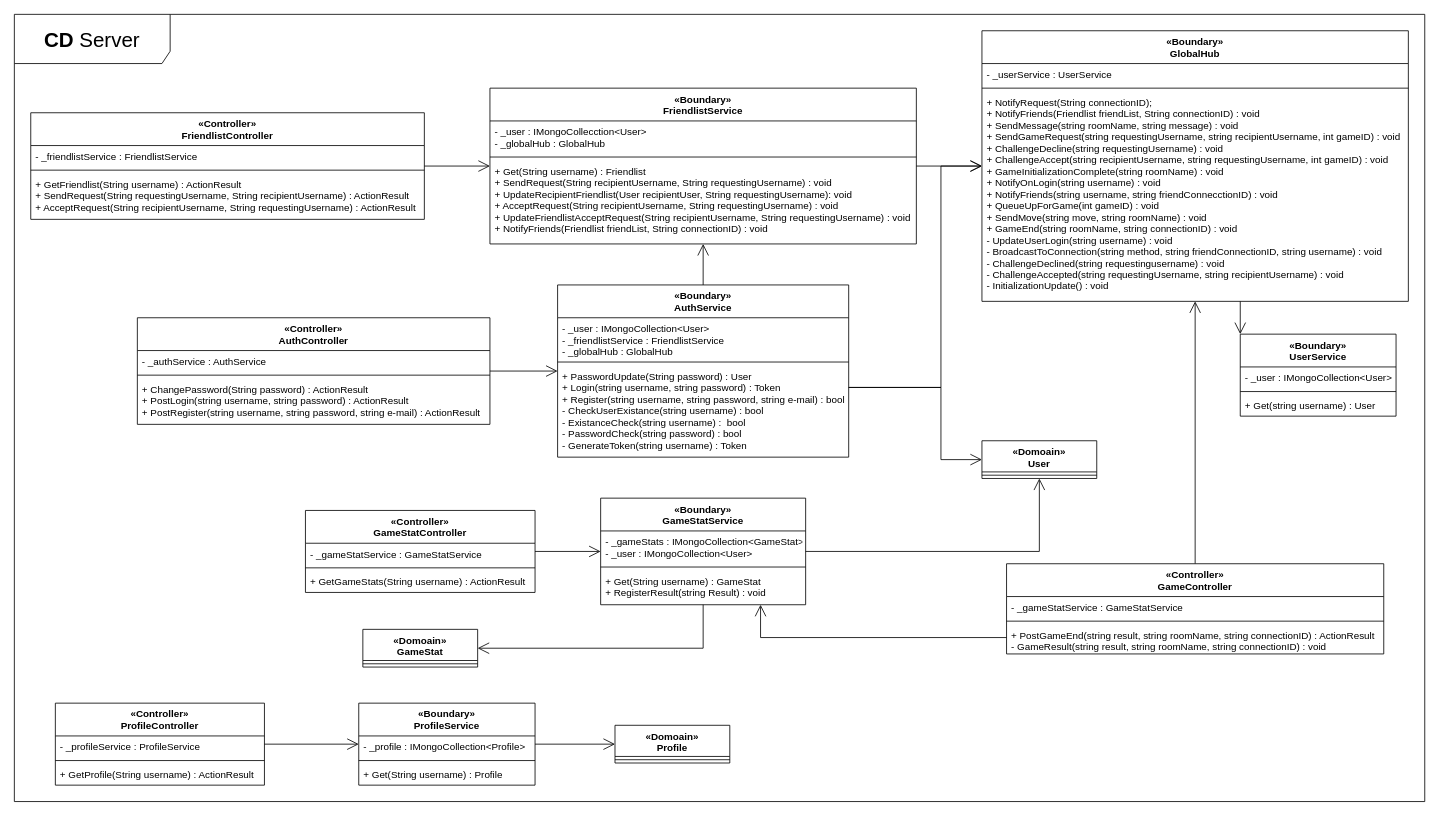
Above: diagrams/arkitektur/CD-Server-Total.drawio in Macradon/I7BAC-PlugNPlay (draw.io), before the change. Source tidied: cells renumbered, new cells numbered last; positions are measured from the earlier drawing's top-left corner, leaving out a move shared by most shapes. Both pictures are drawn from the tidied source at 82%, with x=0, y=0 at pixel (14, 14).
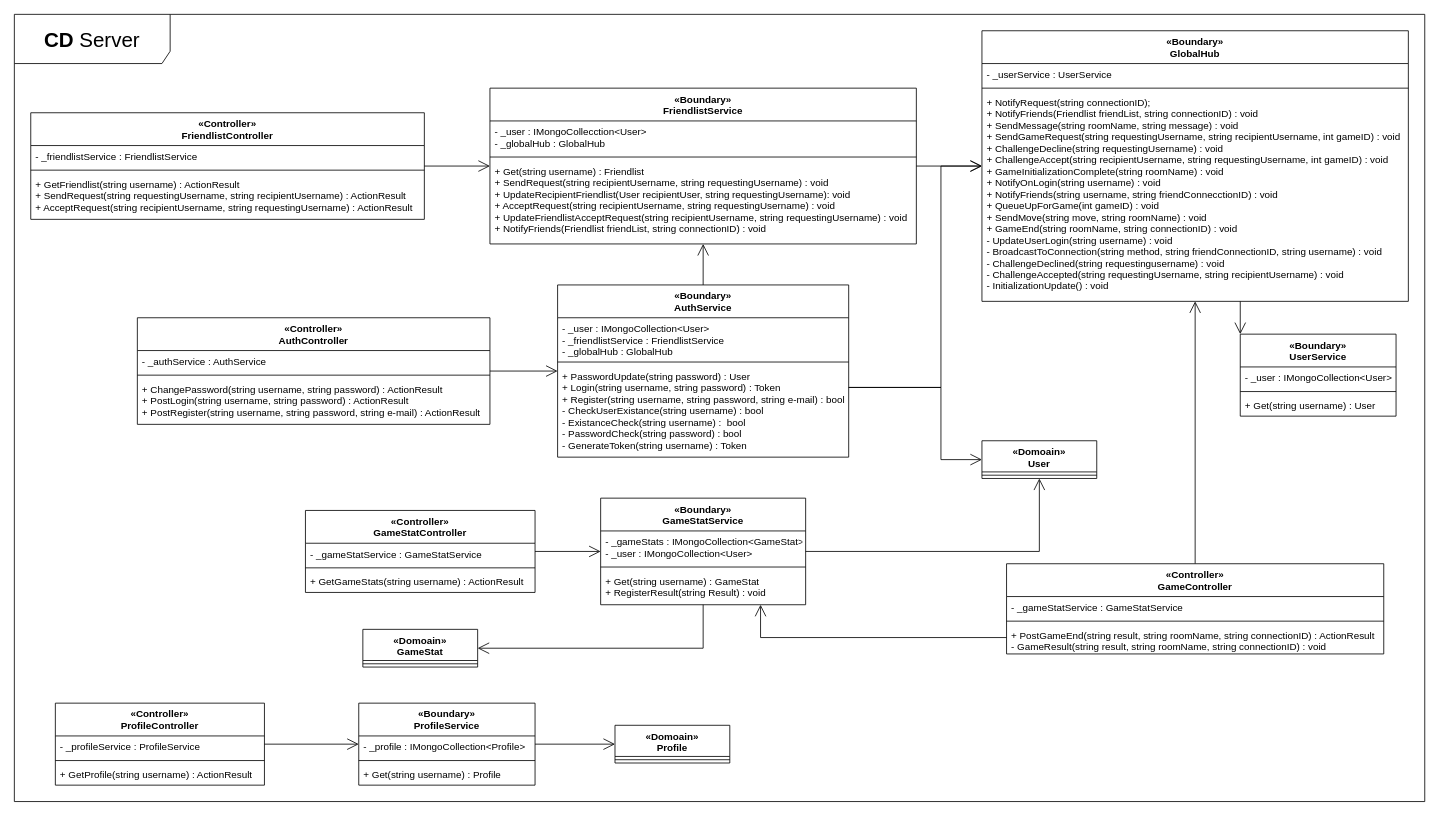
The same diagram, later.

Commit message (it also covers changes not shown here):
Updated CD with lower case string

Unchanged cells that the change refers to:
```xml
<mxCell id="2" value="«Boundary»&#10;GameStatService" style="swimlane;fontStyle=1;align=center;verticalAlign=top;horizontal=1;startSize=40;" parent="1" vertex="1">
  <mxGeometry x="715" y="590" width="250" height="130" as="geometry" />
</mxCell>
<mxCell id="6" value="«Boundary»&#10;AuthService" style="swimlane;fontStyle=1;align=center;verticalAlign=top;horizontal=1;startSize=40;" parent="1" vertex="1">
  <mxGeometry x="662.5" y="330" width="355" height="210" as="geometry" />
</mxCell>
<mxCell id="11" value="«Controller»&#10;ProfileController" style="swimlane;fontStyle=1;align=center;verticalAlign=top;horizontal=1;startSize=40;" parent="1" vertex="1">
  <mxGeometry x="50" y="840" width="255" height="100" as="geometry" />
</mxCell>
<mxCell id="16" value="«Boundary»&#10;ProfileService" style="swimlane;fontStyle=1;align=center;verticalAlign=top;horizontal=1;startSize=40;" parent="1" vertex="1">
  <mxGeometry x="420" y="840" width="215" height="100" as="geometry" />
</mxCell>
<mxCell id="23" value="«Controller»&#10;AuthController" style="swimlane;fontStyle=1;align=center;verticalAlign=top;horizontal=1;startSize=40;" parent="1" vertex="1">
  <mxGeometry x="150" y="370" width="430" height="130" as="geometry" />
</mxCell>
<mxCell id="33" value="«Controller»&#10;GameStatController" style="swimlane;fontStyle=1;align=center;verticalAlign=top;horizontal=1;startSize=40;" parent="1" vertex="1">
  <mxGeometry x="355" y="605" width="280" height="100" as="geometry" />
</mxCell>
<mxCell id="42" value="«Boundary»&#10;GlobalHub" style="swimlane;fontStyle=1;align=center;verticalAlign=top;horizontal=1;startSize=40;" parent="1" vertex="1">
  <mxGeometry x="1180" y="20" width="520" height="330" as="geometry" />
</mxCell>
<mxCell id="57" value="«Controller»&#10;FriendlistController" style="swimlane;fontStyle=1;align=center;verticalAlign=top;horizontal=1;startSize=40;" parent="1" vertex="1">
  <mxGeometry x="20" y="120" width="480" height="130" as="geometry" />
</mxCell>
<mxCell id="62" value="«Boundary»&#10;FriendlistService" style="swimlane;fontStyle=1;align=center;verticalAlign=top;horizontal=1;startSize=40;" parent="1" vertex="1">
  <mxGeometry x="580" y="90" width="520" height="190" as="geometry" />
</mxCell>
```

Change to the diagram source:
```diff
@@
+    <mxCell id="66" value="&lt;font style=&quot;font-size: 25px&quot;&gt;&lt;b&gt;CD&lt;/b&gt;&amp;nbsp;Server&lt;/font&gt;" style="shape=umlFrame;whiteSpace=wrap;html=1;width=190;height=60;" parent="1" vertex="1">
+      <mxGeometry width="1720" height="960" as="geometry" />
+    </mxCell>
@@
-    <mxCell id="5" value="+ Get(String username) : GameStat&#10;+ RegisterResult(string Result) : void" style="text;strokeColor=none;fillColor=none;align=left;verticalAlign=top;spacingLeft=4;spacingRight=4;overflow=hidden;" parent="2" vertex="1">
+    <mxCell id="5" value="+ Get(string username) : GameStat&#10;+ RegisterResult(string Result) : void" style="text;strokeColor=none;fillColor=none;align=left;verticalAlign=top;spacingLeft=4;spacingRight=4;overflow=hidden;" parent="2" vertex="1">
       <mxGeometry y="88" width="250" height="42" as="geometry" />
     </mxCell>
@@
-    <mxCell id="9" value="+ PasswordUpdate(String password) : User&#10;+ Login(string username, string password) : Token&#10;+ Register(string username, string password, string e-mail) : bool&#10;- CheckUserExistance(string username) : bool&#10;- ExistanceCheck(string username) :  bool&#10;- PasswordCheck(string password) : bool&#10;- GenerateToken(string username) : Token&#10;" style="text;strokeColor=none;fillColor=none;align=left;verticalAlign=top;spacingLeft=4;spacingRight=4;overflow=hidden;" parent="6" vertex="1">
+    <mxCell id="9" value="+ PasswordUpdate(string password) : User&#10;+ Login(string username, string password) : Token&#10;+ Register(string username, string password, string e-mail) : bool&#10;- CheckUserExistance(string username) : bool&#10;- ExistanceCheck(string username) :  bool&#10;- PasswordCheck(string password) : bool&#10;- GenerateToken(string username) : Token&#10;" style="text;strokeColor=none;fillColor=none;align=left;verticalAlign=top;spacingLeft=4;spacingRight=4;overflow=hidden;" parent="6" vertex="1">
       <mxGeometry y="98" width="355" height="112" as="geometry" />
     </mxCell>
@@
-    <mxCell id="14" value="+ GetProfile(String username) : ActionResult" style="text;strokeColor=none;fillColor=none;align=left;verticalAlign=top;spacingLeft=4;spacingRight=4;overflow=hidden;" parent="11" vertex="1">
+    <mxCell id="14" value="+ GetProfile(string username) : ActionResult" style="text;strokeColor=none;fillColor=none;align=left;verticalAlign=top;spacingLeft=4;spacingRight=4;overflow=hidden;" parent="11" vertex="1">
       <mxGeometry y="74" width="255" height="26" as="geometry" />
     </mxCell>
@@
-    <mxCell id="19" value="+ Get(String username) : Profile" style="text;strokeColor=none;fillColor=none;align=left;verticalAlign=top;spacingLeft=4;spacingRight=4;overflow=hidden;" parent="16" vertex="1">
+    <mxCell id="19" value="+ Get(string username) : Profile" style="text;strokeColor=none;fillColor=none;align=left;verticalAlign=top;spacingLeft=4;spacingRight=4;overflow=hidden;" parent="16" vertex="1">
       <mxGeometry y="74" width="215" height="26" as="geometry" />
     </mxCell>
@@
-    <mxCell id="26" value="+ ChangePassword(String password) : ActionResult&#10;+ PostLogin(string username, string password) : ActionResult&#10;+ PostRegister(string username, string password, string e-mail) : ActionResult" style="text;strokeColor=none;fillColor=none;align=left;verticalAlign=top;spacingLeft=4;spacingRight=4;overflow=hidden;" parent="23" vertex="1">
+    <mxCell id="26" value="+ ChangePassword(string username, string password) : ActionResult&#10;+ PostLogin(string username, string password) : ActionResult&#10;+ PostRegister(string username, string password, string e-mail) : ActionResult" style="text;strokeColor=none;fillColor=none;align=left;verticalAlign=top;spacingLeft=4;spacingRight=4;overflow=hidden;" parent="23" vertex="1">
       <mxGeometry y="74" width="430" height="56" as="geometry" />
     </mxCell>
@@
-    <mxCell id="36" value="+ GetGameStats(String username) : ActionResult" style="text;strokeColor=none;fillColor=none;align=left;verticalAlign=top;spacingLeft=4;spacingRight=4;overflow=hidden;" parent="33" vertex="1">
+    <mxCell id="36" value="+ GetGameStats(string username) : ActionResult" style="text;strokeColor=none;fillColor=none;align=left;verticalAlign=top;spacingLeft=4;spacingRight=4;overflow=hidden;" parent="33" vertex="1">
       <mxGeometry y="74" width="280" height="26" as="geometry" />
     </mxCell>
@@
-    <mxCell id="45" value="+ NotifyRequest(String connectionID);&#10;+ NotifyFriends(Friendlist friendList, String connectionID) : void&#10;+ SendMessage(string roomName, string message) : void&#10;+ SendGameRequest(string requestingUsername, string recipientUsername, int gameID) : void&#10;+ ChallengeDecline(string requestingUsername) : void&#10;+ ChallengeAccept(string recipientUsername, string requestingUsername, int gameID) : void&#10;+ GameInitializationComplete(string roomName) : void&#10;+ NotifyOnLogin(string username) : void&#10;+ NotifyFriends(string username, string friendConnecctionID) : void&#10;+ QueueUpForGame(int gameID) : void&#10;+ SendMove(string move, string roomName) : void&#10;+ GameEnd(string roomName, string connectionID) : void&#10;- UpdateUserLogin(string username) : void&#10;- BroadcastToConnection(string method, string friendConnectionID, string username) : void&#10;- ChallengeDeclined(string requestingusername) : void&#10;- ChallengeAccepted(string requestingUsername, string recipientUsername) : void&#10;- InitializationUpdate() : void" style="text;strokeColor=none;fillColor=none;align=left;verticalAlign=top;spacingLeft=4;spacingRight=4;overflow=hidden;" parent="42" vertex="1">
+    <mxCell id="45" value="+ NotifyRequest(string connectionID);&#10;+ NotifyFriends(Friendlist friendList, string connectionID) : void&#10;+ SendMessage(string roomName, string message) : void&#10;+ SendGameRequest(string requestingUsername, string recipientUsername, int gameID) : void&#10;+ ChallengeDecline(string requestingUsername) : void&#10;+ ChallengeAccept(string recipientUsername, string requestingUsername, int gameID) : void&#10;+ GameInitializationComplete(string roomName) : void&#10;+ NotifyOnLogin(string username) : void&#10;+ NotifyFriends(string username, string friendConnecctionID) : void&#10;+ QueueUpForGame(int gameID) : void&#10;+ SendMove(string move, string roomName) : void&#10;+ GameEnd(string roomName, string connectionID) : void&#10;- UpdateUserLogin(string username) : void&#10;- BroadcastToConnection(string method, string friendConnectionID, string username) : void&#10;- ChallengeDeclined(string requestingusername) : void&#10;- ChallengeAccepted(string requestingUsername, string recipientUsername) : void&#10;- InitializationUpdate() : void" style="text;strokeColor=none;fillColor=none;align=left;verticalAlign=top;spacingLeft=4;spacingRight=4;overflow=hidden;" parent="42" vertex="1">
       <mxGeometry y="74" width="520" height="256" as="geometry" />
     </mxCell>
@@
-    <mxCell id="60" value="+ GetFriendlist(String username) : ActionResult&#10;+ SendRequest(String requestingUsername, String recipientUsername) : ActionResult&#10;+ AcceptRequest(String recipientUsername, String requestingUsername) : ActionResult" style="text;strokeColor=none;fillColor=none;align=left;verticalAlign=top;spacingLeft=4;spacingRight=4;overflow=hidden;" parent="57" vertex="1">
+    <mxCell id="60" value="+ GetFriendlist(string username) : ActionResult&#10;+ SendRequest(string requestingUsername, string recipientUsername) : ActionResult&#10;+ AcceptRequest(string recipientUsername, string requestingUsername) : ActionResult" style="text;strokeColor=none;fillColor=none;align=left;verticalAlign=top;spacingLeft=4;spacingRight=4;overflow=hidden;" parent="57" vertex="1">
       <mxGeometry y="74" width="480" height="56" as="geometry" />
     </mxCell>
@@
-    <mxCell id="65" value="+ Get(String username) : Friendlist&#10;+ SendRequest(String recipientUsername, String requestingUsername) : void&#10;+ UpdateRecipientFriendlist(User recipientUser, String requestingUsername): void&#10;+ AcceptRequest(String recipientUsername, String requestingUsername) : void&#10;+ UpdateFriendlistAcceptRequest(String recipientUsername, String requestingUsername) : void&#10;+ NotifyFriends(Friendlist friendList, String connectionID) : void" style="text;strokeColor=none;fillColor=none;align=left;verticalAlign=top;spacingLeft=4;spacingRight=4;overflow=hidden;" parent="62" vertex="1">
+    <mxCell id="65" value="+ Get(string username) : Friendlist&#10;+ SendRequest(string recipientUsername, string requestingUsername) : void&#10;+ UpdateRecipientFriendlist(User recipientUser, string requestingUsername): void&#10;+ AcceptRequest(string recipientUsername, string requestingUsername) : void&#10;+ UpdateFriendlistAcceptRequest(string recipientUsername, string requestingUsername) : void&#10;+ NotifyFriends(Friendlist friendList, string connectionID) : void" style="text;strokeColor=none;fillColor=none;align=left;verticalAlign=top;spacingLeft=4;spacingRight=4;overflow=hidden;" parent="62" vertex="1">
       <mxGeometry y="88" width="520" height="102" as="geometry" />
     </mxCell>
-    <mxCell id="66" value="&lt;font style=&quot;font-size: 25px&quot;&gt;&lt;b&gt;CD&lt;/b&gt;&amp;nbsp;Server&lt;/font&gt;" style="shape=umlFrame;whiteSpace=wrap;html=1;width=190;height=60;" parent="1" vertex="1">
-      <mxGeometry width="1720" height="960" as="geometry" />
-    </mxCell>
```
